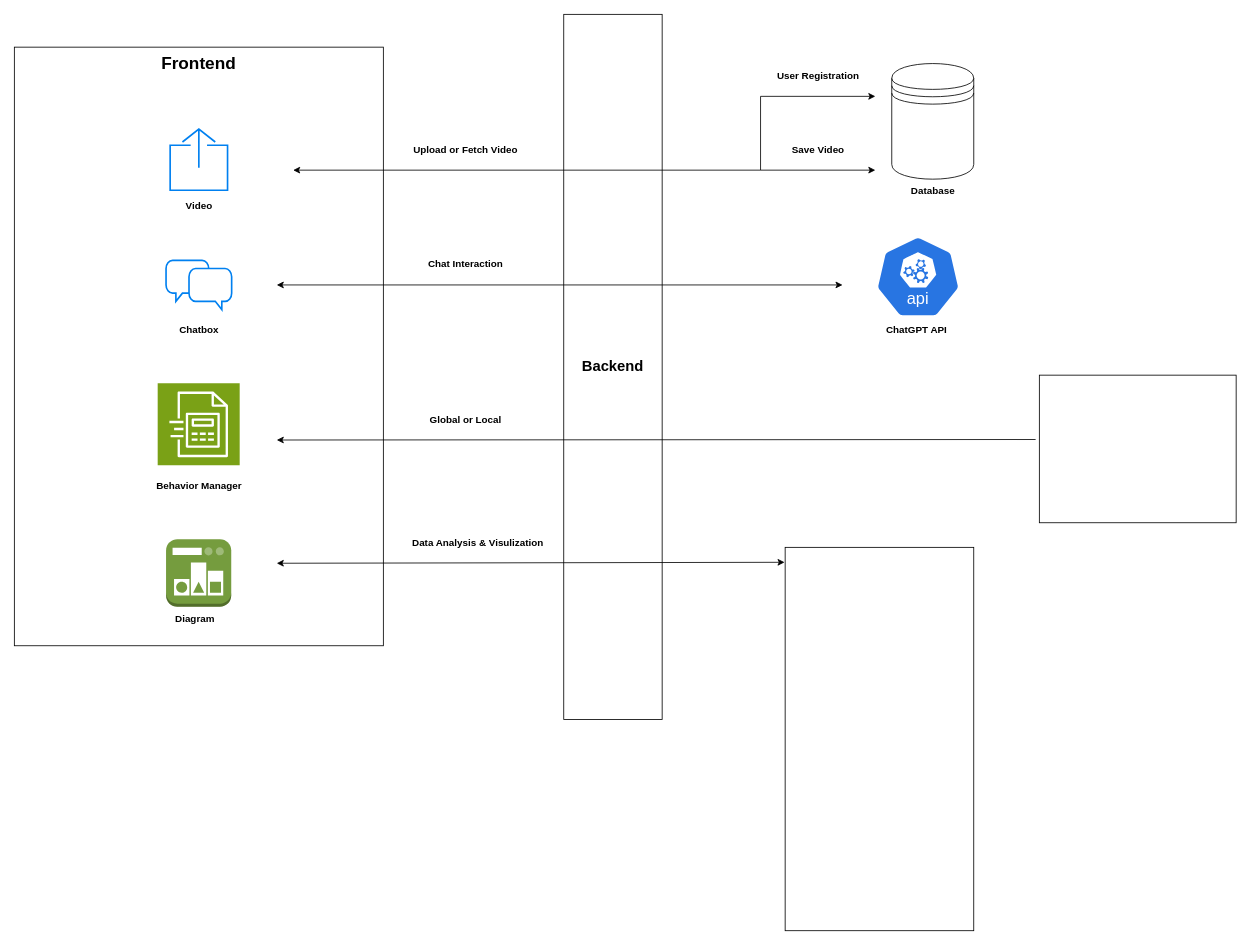
Above: diagram/demo.drawio in chris-sooseok/Xlab (draw.io), before the change. Source tidied: cells renumbered, new cells numbered last; positions are measured from the earlier drawing's top-left corner, leaving out a move shared by most shapes. Both pictures are drawn from the tidied source at 82%, with x=0, y=0 at pixel (14, 14).
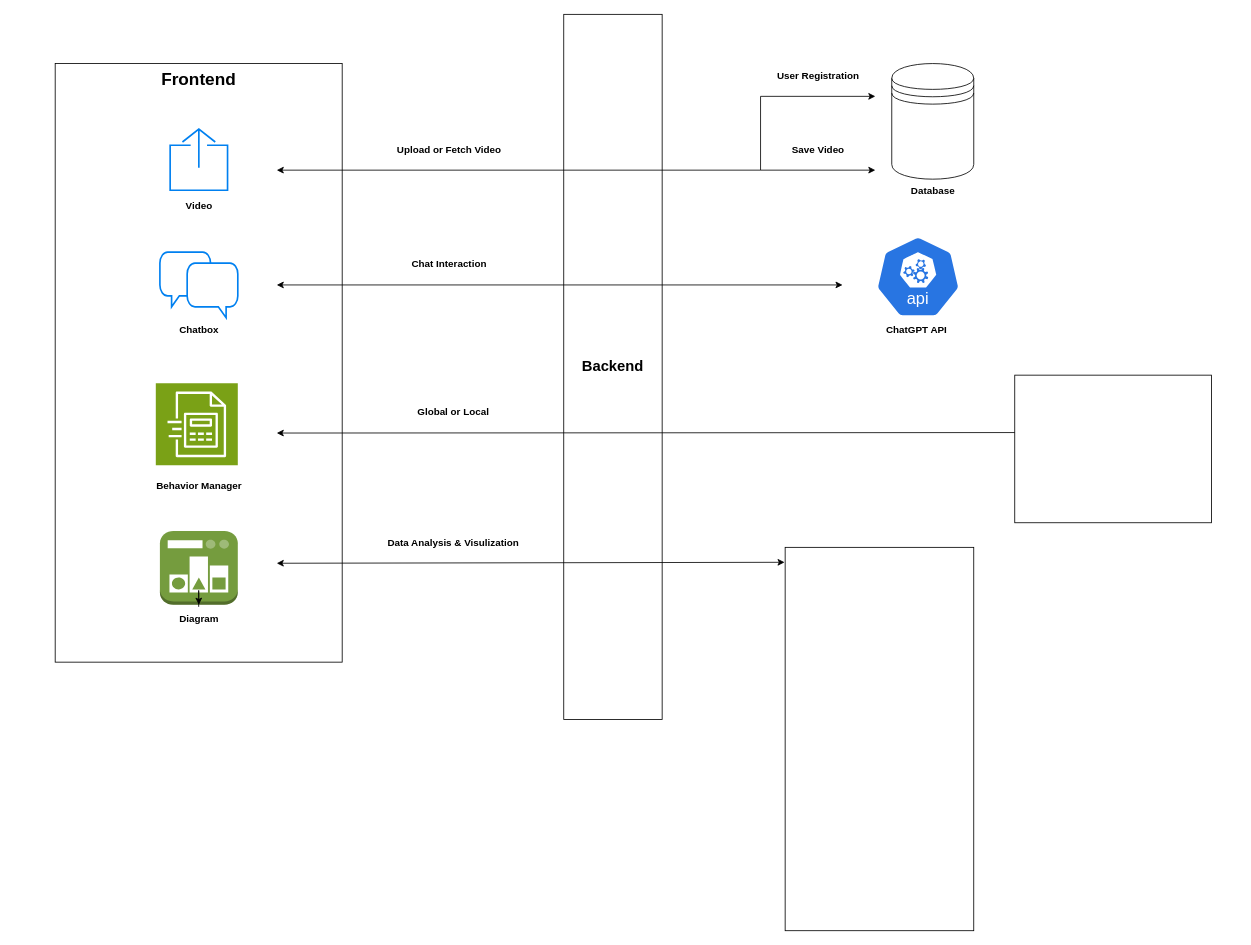
The same page after the edit.

The edit, as a diff of the source:
```diff
@@
     <mxCell id="2" value="&lt;b style=&quot;&quot;&gt;&lt;font style=&quot;font-size: 21px;&quot;&gt;Frontend&lt;/font&gt;&lt;/b&gt;" style="rounded=0;whiteSpace=wrap;html=1;fontSize=15;verticalAlign=top;" parent="1" vertex="1">
-      <mxGeometry y="40" width="450" height="730" as="geometry" />
+      <mxGeometry x="49.8" y="60" width="350" height="730" as="geometry" />
     </mxCell>
@@
     <mxCell id="7" value="Upload or Fetch Video" style="text;html=1;align=center;verticalAlign=middle;strokeColor=none;fillColor=none;fontStyle=1;fontSize=12;" parent="1" vertex="1">
-      <mxGeometry x="480" y="150" width="140" height="30" as="geometry" />
+      <mxGeometry x="460" y="150" width="140" height="30" as="geometry" />
     </mxCell>
     <mxCell id="8" style="html=1;verticalLabelPosition=bottom;align=center;labelBackgroundColor=#ffffff;verticalAlign=top;strokeWidth=2;strokeColor=#0080F0;shadow=0;dashed=0;shape=mxgraph.ios7.icons.chat;" parent="1" vertex="1">
-      <mxGeometry x="185" y="300" width="80" height="60" as="geometry" />
+      <mxGeometry x="177.5" y="290" width="95" height="80" as="geometry" />
     </mxCell>
     <mxCell id="9" value="Chat Interaction" style="text;html=1;align=center;verticalAlign=middle;strokeColor=none;fillColor=none;fontSize=12;fontStyle=1;" parent="1" vertex="1">
-      <mxGeometry x="495" y="290" width="110" height="30" as="geometry" />
+      <mxGeometry x="475" y="290" width="110" height="30" as="geometry" />
     </mxCell>
     <mxCell id="10" value="Global or Local" style="text;html=1;align=center;verticalAlign=middle;strokeColor=none;fillColor=none;fontStyle=1;fontSize=12;" parent="1" vertex="1">
-      <mxGeometry x="500" y="480" width="100" height="30" as="geometry" />
+      <mxGeometry x="485" y="470" width="100" height="30" as="geometry" />
     </mxCell>
     <mxCell id="11" value="Data Analysis &amp;amp; Visulization" style="text;html=1;align=center;verticalAlign=middle;strokeColor=none;fillColor=none;fontStyle=1;fontSize=12;" parent="1" vertex="1">
-      <mxGeometry x="480" y="630" width="170" height="30" as="geometry" />
+      <mxGeometry x="450" y="630" width="170" height="30" as="geometry" />
     </mxCell>
@@
     <mxCell id="19" style="outlineConnect=0;dashed=0;verticalLabelPosition=bottom;verticalAlign=top;align=center;html=1;shape=mxgraph.aws3.state_manager;fillColor=#759C3E;gradientColor=none;" parent="1" vertex="1">
-      <mxGeometry x="185" y="640" width="79.5" height="82.5" as="geometry" />
+      <mxGeometry x="177.5" y="630" width="95" height="90" as="geometry" />
     </mxCell>
     <mxCell id="20" style="sketch=0;fontColor=#232F3E;fillColor=#7AA116;strokeColor=#ffffff;dashed=0;verticalLabelPosition=bottom;verticalAlign=top;align=center;html=1;fontSize=12;fontStyle=0;shape=mxgraph.aws4.resourceIcon;resIcon=mxgraph.aws4.custom_billing_manager;" parent="1" vertex="1">
-      <mxGeometry x="174.8" y="450" width="100" height="100" as="geometry" />
+      <mxGeometry x="172.5" y="450" width="100" height="100" as="geometry" />
     </mxCell>
@@
+    <mxCell id="30" style="edgeStyle=orthogonalEdgeStyle;rounded=0;jettySize=auto;html=1;" parent="1" edge="1" source="22" target="19">
+      <mxGeometry relative="1" as="geometry" />
+    </mxCell>
     <mxCell id="22" value="&lt;b&gt;Diagram&lt;/b&gt;" style="text;html=1;align=center;verticalAlign=middle;points=[];strokeColor=none;fillColor=none;" parent="1" vertex="1">
-      <mxGeometry x="185" y="722.5" width="70" height="30" as="geometry" />
+      <mxGeometry x="189.8" y="722.5" width="70" height="30" as="geometry" />
     </mxCell>
     <mxCell id="23" style="endArrow=classic;html=1;rounded=0;" parent="1" edge="1">
       <mxGeometry relative="1" as="geometry">
         <mxPoint x="910" y="190" as="sourcePoint" />
-        <mxPoint x="340" y="190" as="targetPoint" />
+        <mxPoint x="320" y="190" as="targetPoint" />
       </mxGeometry>
     </mxCell>
@@
-    <mxCell id="26" style="endArrow=classic;html=1;rounded=0;exitX=-0.019;exitY=0.436;exitDx=0;exitDy=0;exitPerimeter=0;" parent="1" edge="1" source="27">
+    <mxCell id="26" style="endArrow=classic;html=1;rounded=0;exitX=-0.019;exitY=0.436;exitDx=0;exitDy=0;exitPerimeter=0;" parent="1" edge="1">
       <mxGeometry relative="1" as="geometry">
-        <mxPoint x="320" y="519.1" as="targetPoint" />
+        <mxPoint x="1245.4" y="510" as="sourcePoint" />
+        <mxPoint x="320" y="510.6" as="targetPoint" />
       </mxGeometry>
     </mxCell>
     <mxCell id="27" style="rounded=0;whiteSpace=wrap;html=1;" parent="1" vertex="1">
-      <mxGeometry x="1250" y="440" width="240" height="180" as="geometry" />
+      <mxGeometry x="1220" y="440" width="240" height="180" as="geometry" />
     </mxCell>
```
